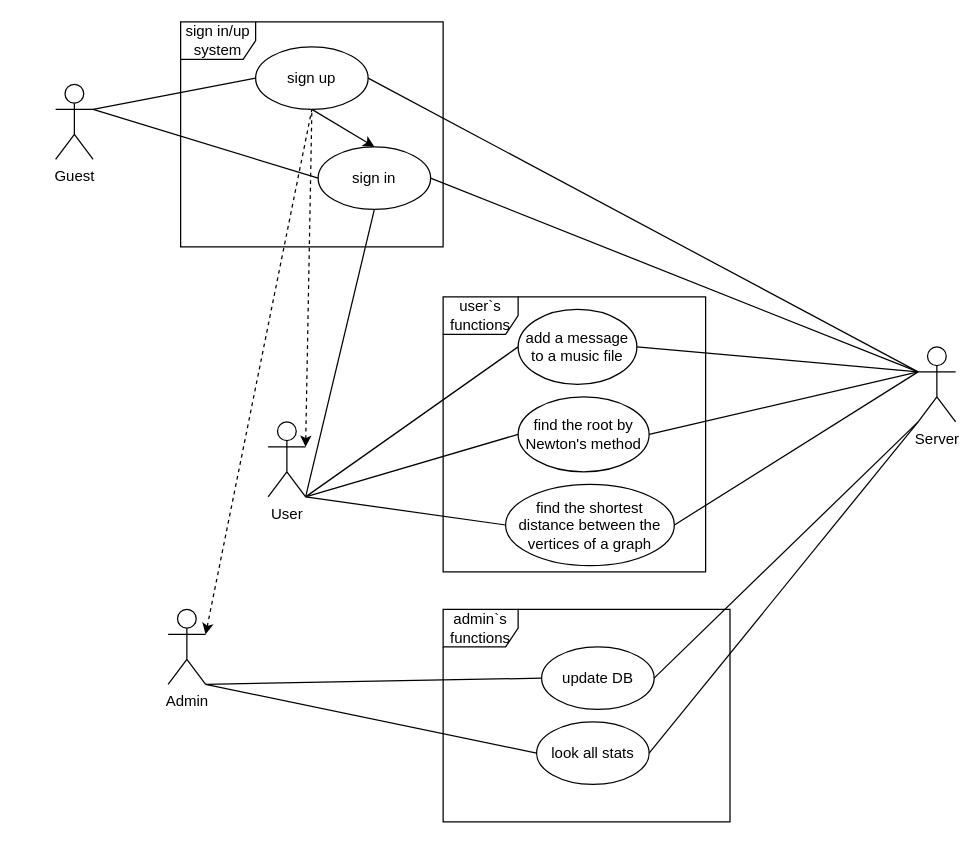
DenisMartyanov01/TaMP keeps this draw.io diagram as UseCase_diagram.drawio. Above is the earlier version. Source tidied: cells renumbered, new cells numbered last; positions are measured from the earlier drawing's top-left corner, leaving out a move shared by most shapes. Both pictures are drawn from the tidied source at 125%, with x=0, y=0 at pixel (55, 21).
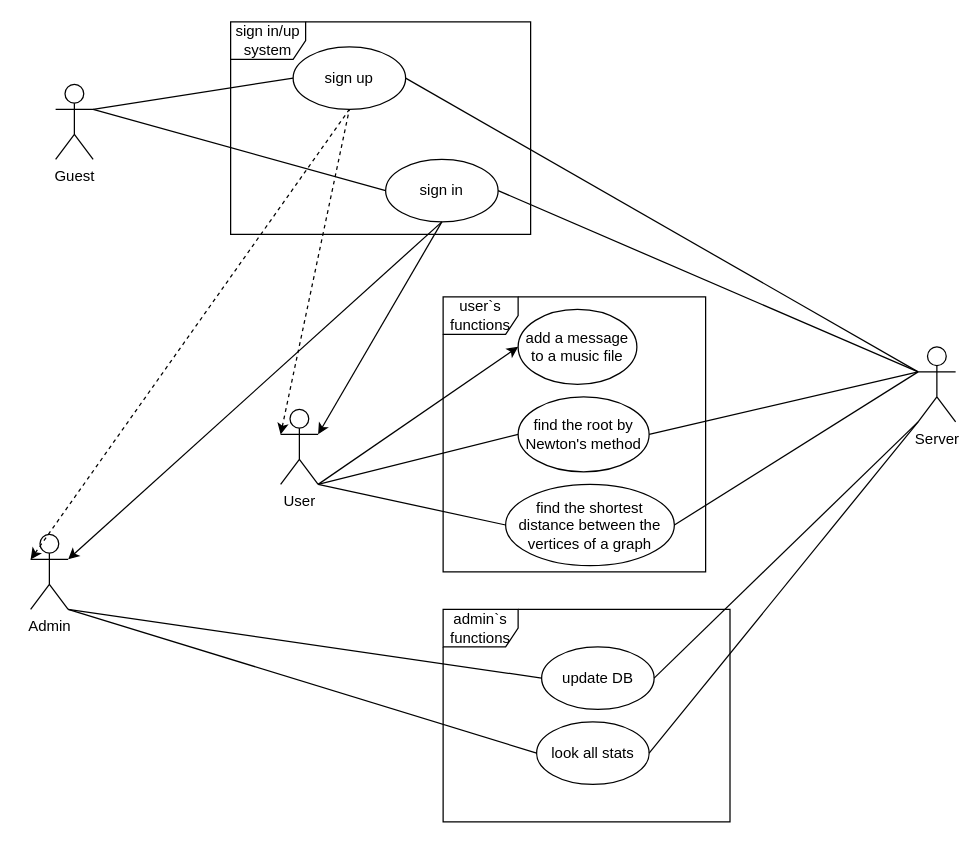
After the change.

Unchanged cells that the change refers to:
```xml
<mxCell id="7" value="Server" style="shape=umlActor;verticalLabelPosition=bottom;verticalAlign=top;html=1;outlineConnect=0;" parent="1" vertex="1">
  <mxGeometry x="690" y="260" width="30" height="60" as="geometry" />
</mxCell>
<mxCell id="13" value="add a message to a music file" style="ellipse;whiteSpace=wrap;html=1;" parent="1" vertex="1">
  <mxGeometry x="370" y="230" width="95" height="60" as="geometry" />
</mxCell>
```

The edit, as a diff of the source:
```diff
@@
     <mxCell id="3" value="User" style="shape=umlActor;verticalLabelPosition=bottom;verticalAlign=top;html=1;outlineConnect=0;" parent="1" vertex="1">
-      <mxGeometry x="170" y="320" width="30" height="60" as="geometry" />
+      <mxGeometry x="180" y="310" width="30" height="60" as="geometry" />
     </mxCell>
     <mxCell id="4" value="Admin" style="shape=umlActor;verticalLabelPosition=bottom;verticalAlign=top;html=1;outlineConnect=0;" parent="1" vertex="1">
-      <mxGeometry x="90" y="470" width="30" height="60" as="geometry" />
+      <mxGeometry x="-20" y="410" width="30" height="60" as="geometry" />
     </mxCell>
     <mxCell id="5" value="sign in" style="ellipse;whiteSpace=wrap;html=1;" parent="1" vertex="1">
-      <mxGeometry x="210" y="100" width="90" height="50" as="geometry" />
+      <mxGeometry x="264" y="110" width="90" height="50" as="geometry" />
     </mxCell>
     <mxCell id="6" value="sign up" style="ellipse;whiteSpace=wrap;html=1;" parent="1" vertex="1">
-      <mxGeometry x="160" y="20" width="90" height="50" as="geometry" />
+      <mxGeometry x="190" y="20" width="90" height="50" as="geometry" />
     </mxCell>
@@
-    <mxCell id="12" style="endArrow=none;html=1;rounded=0;entryX=0.5;entryY=1;entryDx=0;entryDy=0;exitX=0.5;exitY=0;exitDx=0;exitDy=0;startArrow=classic;startFill=1;" parent="1" edge="1" source="5" target="6">
-      <mxGeometry relative="1" as="geometry" />
-    </mxCell>
@@
-    <mxCell id="15" style="endArrow=none;html=1;rounded=0;exitX=1;exitY=1;exitDx=0;exitDy=0;exitPerimeter=0;entryX=0;entryY=0.5;entryDx=0;entryDy=0;" parent="1" edge="1" source="3" target="13">
+    <mxCell id="15" style="endArrow=classic;html=1;rounded=0;exitX=1;exitY=1;exitDx=0;exitDy=0;exitPerimeter=0;entryX=0;entryY=0.5;entryDx=0;entryDy=0;endFill=1;" parent="1" edge="1" source="3" target="13">
       <mxGeometry relative="1" as="geometry" />
     </mxCell>
@@
-    <mxCell id="17" style="endArrow=none;html=1;rounded=0;entryX=0.5;entryY=1;entryDx=0;entryDy=0;exitX=1;exitY=1;exitDx=0;exitDy=0;exitPerimeter=0;" parent="1" edge="1" source="3" target="5">
-      <mxGeometry relative="1" as="geometry" />
-    </mxCell>
-    <mxCell id="18" style="endArrow=none;html=1;rounded=0;entryX=1;entryY=0.5;entryDx=0;entryDy=0;exitX=0;exitY=0.3333333333333333;exitDx=0;exitDy=0;exitPerimeter=0;" parent="1" edge="1" source="7" target="13">
-      <mxGeometry relative="1" as="geometry" />
-    </mxCell>
@@
     <mxCell id="26" value="sign in/up system" style="shape=umlFrame;whiteSpace=wrap;html=1;" parent="1" vertex="1">
-      <mxGeometry x="100" width="210" height="180" as="geometry" />
+      <mxGeometry x="140" width="240" height="170" as="geometry" />
     </mxCell>
@@
-    <mxCell id="32" style="endArrow=none;dashed=1;html=1;rounded=0;entryX=0.5;entryY=1;entryDx=0;entryDy=0;exitX=1;exitY=0.3333333333333333;exitDx=0;exitDy=0;exitPerimeter=0;startArrow=classic;startFill=1;" parent="1" edge="1" source="4" target="6">
+    <mxCell id="32" style="endArrow=none;dashed=1;html=1;rounded=0;entryX=0.5;entryY=1;entryDx=0;entryDy=0;exitX=0;exitY=0.3333333333333333;exitDx=0;exitDy=0;exitPerimeter=0;startArrow=classic;startFill=1;" parent="1" edge="1" source="4" target="6">
       <mxGeometry relative="1" as="geometry" />
     </mxCell>
-    <mxCell id="33" style="endArrow=none;dashed=1;html=1;rounded=0;entryX=0.5;entryY=1;entryDx=0;entryDy=0;exitX=1;exitY=0.3333333333333333;exitDx=0;exitDy=0;exitPerimeter=0;startArrow=classic;startFill=1;" parent="1" edge="1" source="3" target="6">
+    <mxCell id="33" style="endArrow=none;dashed=1;html=1;rounded=0;entryX=0.5;entryY=1;entryDx=0;entryDy=0;exitX=0;exitY=0.3333333333333333;exitDx=0;exitDy=0;exitPerimeter=0;startArrow=classic;startFill=1;" parent="1" edge="1" source="3" target="6">
       <mxGeometry relative="1" as="geometry" />
     </mxCell>
+    <mxCell id="34" style="endArrow=classic;html=1;rounded=0;entryX=1;entryY=0.3333333333333333;entryDx=0;entryDy=0;entryPerimeter=0;exitX=0.5;exitY=1;exitDx=0;exitDy=0;" parent="1" edge="1" source="5" target="3">
+      <mxGeometry relative="1" as="geometry" />
+    </mxCell>
+    <mxCell id="35" style="endArrow=classic;html=1;rounded=0;entryX=1;entryY=0.3333333333333333;entryDx=0;entryDy=0;entryPerimeter=0;exitX=0.5;exitY=1;exitDx=0;exitDy=0;" parent="1" edge="1" source="5" target="4">
+      <mxGeometry relative="1" as="geometry" />
+    </mxCell>
```
